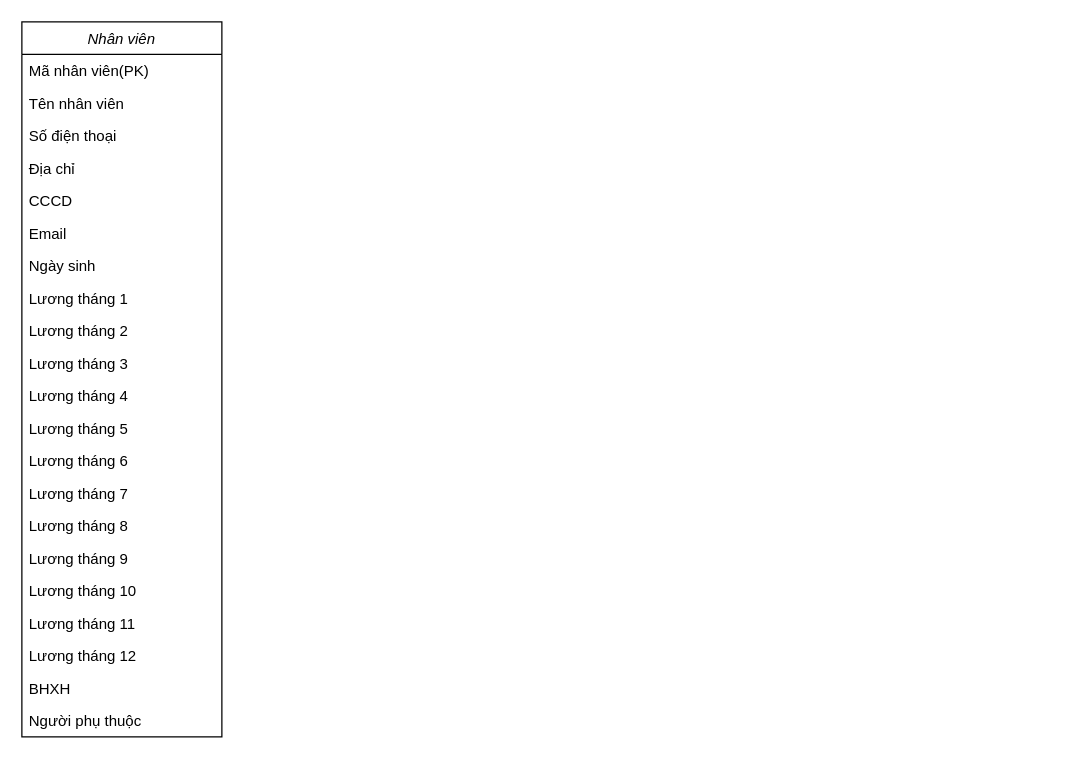
Black-Cloud-2301/diagram keeps this draw.io diagram as ThueTNCN.drawio. Above is the earlier version. Source tidied: cells renumbered, new cells numbered last; positions are measured from the earlier drawing's top-left corner, leaving out a move shared by most shapes. Both pictures are drawn from the tidied source at 125%, with x=0, y=0 at pixel (21, 21).
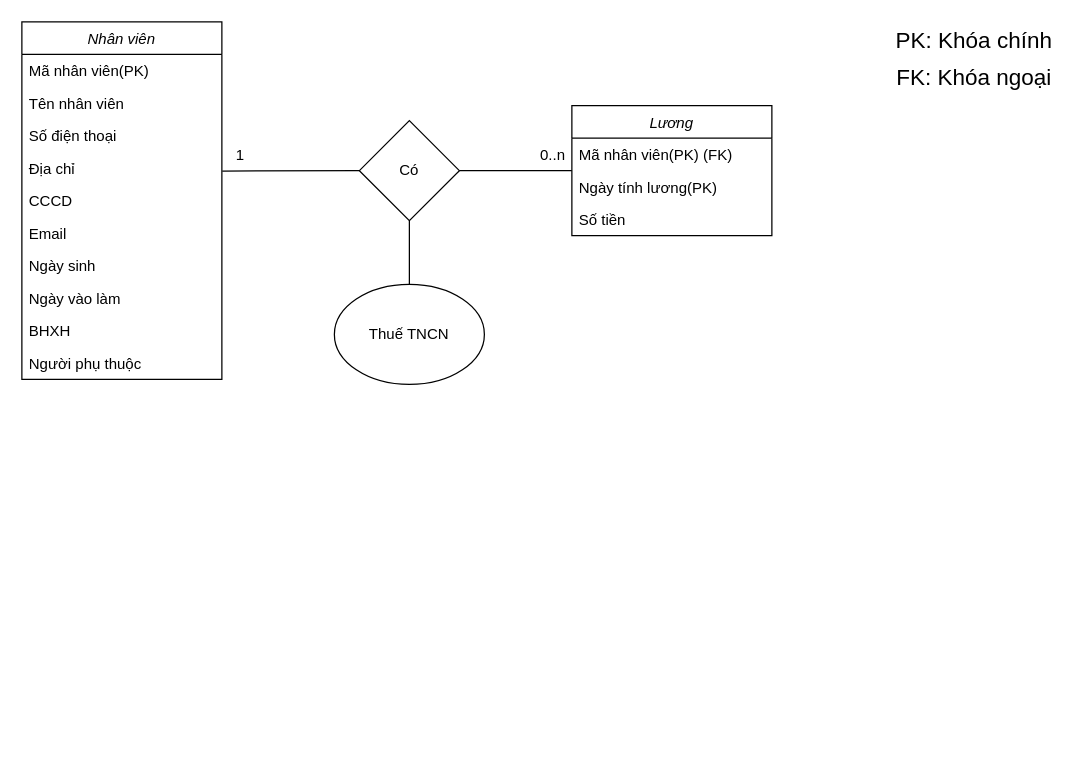
Above is the later version.

Unchanged cells that the change refers to:
```xml
<mxCell id="6" value="Địa chỉ" style="text;align=left;verticalAlign=top;spacingLeft=4;spacingRight=4;overflow=hidden;points=[[0,0.5],[1,0.5]];portConstraint=eastwest;" parent="2" vertex="1">
  <mxGeometry y="104" width="160" height="26" as="geometry" />
</mxCell>
```

Change to the diagram source:
```diff
@@
     <mxCell id="2" value="Nhân viên" style="swimlane;fontStyle=2;align=center;verticalAlign=top;horizontal=1;startSize=26;rounded=0;shadow=0;strokeWidth=1;" parent="1" vertex="1">
-      <mxGeometry width="160" height="572" as="geometry" />
+      <mxGeometry width="160" height="286" as="geometry" />
     </mxCell>
@@
-    <mxCell id="10" value="Lương tháng 1" style="text;align=left;verticalAlign=top;spacingLeft=4;spacingRight=4;overflow=hidden;" parent="2" vertex="1">
-      <mxGeometry y="208" width="160" height="26" as="geometry" />
-    </mxCell>
-    <mxCell id="11" value="Lương tháng 2" style="text;align=left;verticalAlign=top;spacingLeft=4;spacingRight=4;overflow=hidden;" parent="2" vertex="1">
-      <mxGeometry y="234" width="160" height="26" as="geometry" />
-    </mxCell>
-    <mxCell id="12" value="Lương tháng 3" style="text;align=left;verticalAlign=top;spacingLeft=4;spacingRight=4;overflow=hidden;" parent="2" vertex="1">
-      <mxGeometry y="260" width="160" height="26" as="geometry" />
-    </mxCell>
-    <mxCell id="13" value="Lương tháng 4" style="text;align=left;verticalAlign=top;spacingLeft=4;spacingRight=4;overflow=hidden;" parent="2" vertex="1">
-      <mxGeometry y="286" width="160" height="26" as="geometry" />
-    </mxCell>
-    <mxCell id="14" value="Lương tháng 5" style="text;align=left;verticalAlign=top;spacingLeft=4;spacingRight=4;overflow=hidden;" parent="2" vertex="1">
-      <mxGeometry y="312" width="160" height="26" as="geometry" />
-    </mxCell>
-    <mxCell id="15" value="Lương tháng 6" style="text;align=left;verticalAlign=top;spacingLeft=4;spacingRight=4;overflow=hidden;" parent="2" vertex="1">
-      <mxGeometry y="338" width="160" height="26" as="geometry" />
-    </mxCell>
-    <mxCell id="16" value="Lương tháng 7" style="text;align=left;verticalAlign=top;spacingLeft=4;spacingRight=4;overflow=hidden;" parent="2" vertex="1">
-      <mxGeometry y="364" width="160" height="26" as="geometry" />
-    </mxCell>
-    <mxCell id="17" value="Lương tháng 8" style="text;align=left;verticalAlign=top;spacingLeft=4;spacingRight=4;overflow=hidden;" parent="2" vertex="1">
-      <mxGeometry y="390" width="160" height="26" as="geometry" />
-    </mxCell>
-    <mxCell id="18" value="Lương tháng 9" style="text;align=left;verticalAlign=top;spacingLeft=4;spacingRight=4;overflow=hidden;" parent="2" vertex="1">
-      <mxGeometry y="416" width="160" height="26" as="geometry" />
-    </mxCell>
-    <mxCell id="19" value="Lương tháng 10" style="text;align=left;verticalAlign=top;spacingLeft=4;spacingRight=4;overflow=hidden;" parent="2" vertex="1">
-      <mxGeometry y="442" width="160" height="26" as="geometry" />
-    </mxCell>
-    <mxCell id="20" value="Lương tháng 11" style="text;align=left;verticalAlign=top;spacingLeft=4;spacingRight=4;overflow=hidden;" parent="2" vertex="1">
-      <mxGeometry y="468" width="160" height="26" as="geometry" />
-    </mxCell>
-    <mxCell id="21" value="Lương tháng 12" style="text;align=left;verticalAlign=top;spacingLeft=4;spacingRight=4;overflow=hidden;" parent="2" vertex="1">
-      <mxGeometry y="494" width="160" height="26" as="geometry" />
-    </mxCell>
+    <mxCell id="24" value="Ngày vào làm" style="text;align=left;verticalAlign=top;spacingLeft=4;spacingRight=4;overflow=hidden;" parent="2" vertex="1">
+      <mxGeometry y="208" width="160" height="26" as="geometry" />
+    </mxCell>
     <mxCell id="22" value="BHXH" style="text;align=left;verticalAlign=top;spacingLeft=4;spacingRight=4;overflow=hidden;" parent="2" vertex="1">
-      <mxGeometry y="520" width="160" height="26" as="geometry" />
+      <mxGeometry y="234" width="160" height="26" as="geometry" />
     </mxCell>
     <mxCell id="23" value="Người phụ thuộc" style="text;align=left;verticalAlign=top;spacingLeft=4;spacingRight=4;overflow=hidden;" parent="2" vertex="1">
-      <mxGeometry y="546" width="160" height="26" as="geometry" />
+      <mxGeometry y="260" width="160" height="26" as="geometry" />
     </mxCell>
+    <mxCell id="25" value="Lương" style="swimlane;fontStyle=2;align=center;verticalAlign=top;horizontal=1;startSize=26;rounded=0;shadow=0;strokeWidth=1;" parent="1" vertex="1">
+      <mxGeometry x="440" y="67" width="160" height="104" as="geometry" />
+    </mxCell>
+    <mxCell id="26" value="Mã nhân viên(PK) (FK)" style="text;align=left;verticalAlign=top;spacingLeft=4;spacingRight=4;overflow=hidden;" parent="25" vertex="1">
+      <mxGeometry y="26" width="160" height="26" as="geometry" />
+    </mxCell>
+    <mxCell id="27" value="Ngày tính lương(PK)" style="text;align=left;verticalAlign=top;spacingLeft=4;spacingRight=4;overflow=hidden;points=[[0,0.5],[1,0.5]];portConstraint=eastwest;" parent="25" vertex="1">
+      <mxGeometry y="52" width="160" height="26" as="geometry" />
+    </mxCell>
+    <mxCell id="28" value="Số tiền" style="text;align=left;verticalAlign=top;spacingLeft=4;spacingRight=4;overflow=hidden;" parent="25" vertex="1">
+      <mxGeometry y="78" width="160" height="26" as="geometry" />
+    </mxCell>
+    <mxCell id="29" value="&lt;font style=&quot;font-size: 18px&quot;&gt;PK: Khóa chính&lt;/font&gt;" style="text;html=1;strokeColor=none;fillColor=none;align=center;verticalAlign=middle;whiteSpace=wrap;rounded=0;" parent="1" vertex="1">
+      <mxGeometry x="697" width="130" height="30" as="geometry" />
+    </mxCell>
+    <mxCell id="30" value="&lt;font style=&quot;font-size: 18px&quot;&gt;FK: Khóa ngoại&lt;/font&gt;" style="text;html=1;strokeColor=none;fillColor=none;align=center;verticalAlign=middle;whiteSpace=wrap;rounded=0;" parent="1" vertex="1">
+      <mxGeometry x="697" y="30" width="130" height="30" as="geometry" />
+    </mxCell>
+    <mxCell id="31" value="&lt;font style=&quot;font-size: 12px&quot;&gt;1&lt;/font&gt;" style="text;html=1;strokeColor=none;fillColor=none;align=center;verticalAlign=middle;whiteSpace=wrap;rounded=0;fontSize=18;" parent="1" vertex="1">
+      <mxGeometry x="160" y="90" width="30" height="30" as="geometry" />
+    </mxCell>
+    <mxCell id="32" value="&lt;font style=&quot;font-size: 12px&quot;&gt;0..n&lt;/font&gt;" style="text;html=1;strokeColor=none;fillColor=none;align=center;verticalAlign=middle;whiteSpace=wrap;rounded=0;fontSize=18;" parent="1" vertex="1">
+      <mxGeometry x="410" y="90" width="30" height="30" as="geometry" />
+    </mxCell>
+    <mxCell id="33" value="Có" style="rhombus;whiteSpace=wrap;html=1;fontSize=12;" parent="1" vertex="1">
+      <mxGeometry x="270" y="79" width="80" height="80" as="geometry" />
+    </mxCell>
+    <mxCell id="34" style="endArrow=none;html=1;rounded=0;fontSize=12;exitX=1.002;exitY=0.59;exitDx=0;exitDy=0;entryX=0;entryY=0.5;entryDx=0;entryDy=0;exitPerimeter=0;" parent="1" edge="1" source="6" target="33">
+      <mxGeometry relative="1" as="geometry" />
+    </mxCell>
+    <mxCell id="35" style="endArrow=none;html=1;rounded=0;fontSize=12;entryX=0;entryY=0;entryDx=0;entryDy=0;entryPerimeter=0;" parent="1" edge="1" target="27">
+      <mxGeometry relative="1" as="geometry">
+        <mxPoint x="350" y="119" as="sourcePoint" />
+      </mxGeometry>
+    </mxCell>
+    <mxCell id="36" style="endArrow=none;html=1;rounded=0;fontSize=12;exitX=0.5;exitY=0;exitDx=0;exitDy=0;entryX=0.5;entryY=1;entryDx=0;entryDy=0;" parent="1" edge="1" target="33">
+      <mxGeometry relative="1" as="geometry">
+        <mxPoint x="310" y="240" as="sourcePoint" />
+      </mxGeometry>
+    </mxCell>
+    <mxCell id="37" value="Thuế TNCN" style="ellipse;whiteSpace=wrap;html=1;fontSize=12;" parent="1" vertex="1">
+      <mxGeometry x="250" y="210" width="120" height="80" as="geometry" />
+    </mxCell>
```
